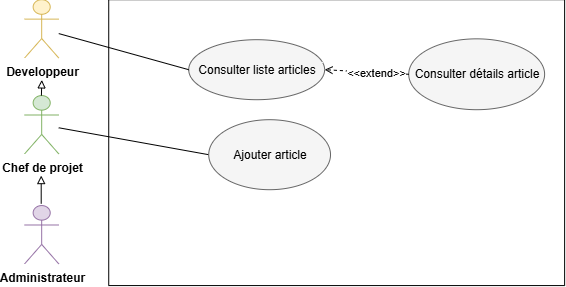
Above: Images/Diagramme Base de connaissance.drawio.png in rihab-dev/Rapport-PFE (draw.io), before the change. Source tidied: cells renumbered, new cells last; positions are measured from the earlier drawing's top-left corner, leaving out a move shared by most shapes.
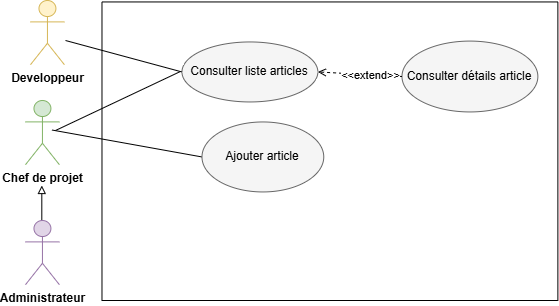
Above is the later version.

Change to the diagram source:
```diff
@@ -2,50 +2,54 @@
   <root>
     <mxCell id="0" />
     <mxCell id="1" parent="0" />
-    <mxCell id="2" value="&lt;b&gt;Developpeur&lt;/b&gt;" style="shape=umlActor;verticalLabelPosition=bottom;verticalAlign=top;html=1;outlineConnect=0;fillColor=#fff2cc;strokeColor=#d6b656;" parent="1" vertex="1">
-      <mxGeometry x="-0.4" y="-0.3" width="34.1" height="58.3" as="geometry" />
-    </mxCell>
-    <mxCell id="3" style="endArrow=none;html=1;rounded=0;entryX=0;entryY=0.5;entryDx=0;entryDy=0;" parent="1" edge="1" source="11" target="9">
-      <mxGeometry relative="1" as="geometry" />
-    </mxCell>
-    <mxCell id="4" style="swimlane;startSize=0;" parent="1" vertex="1">
-      <mxGeometry x="83.7" y="-0.3" width="455.9" height="285.9" as="geometry" />
-    </mxCell>
+    <mxCell id="15" style="endArrow=none;html=1;rounded=0;entryX=0;entryY=0.5;entryDx=0;entryDy=0;" parent="1" edge="1" target="9">
+      <mxGeometry relative="1" as="geometry">
+        <mxPoint x="867.5" y="1502.5" as="sourcePoint" />
+      </mxGeometry>
+    </mxCell>
+    <mxCell id="16" style="swimlane;startSize=0;" parent="1" vertex="1">
+      <mxGeometry x="917.5" y="1374.4" width="455.9" height="298.6" as="geometry" />
+    </mxCell>
-    <mxCell id="5" value="&lt;div style=&quot;text-align: start;&quot;&gt;&lt;span style=&quot;background-color: transparent; color: light-dark(rgb(0, 0, 0), rgb(237, 237, 237));&quot;&gt;Consulter liste articles&lt;/span&gt;&lt;/div&gt;" style="ellipse;whiteSpace=wrap;html=1;fillColor=#f5f5f5;fontColor=#000000;strokeColor=#666666;" parent="4" vertex="1">
+    <mxCell id="5" value="&lt;div style=&quot;text-align: start;&quot;&gt;&lt;span style=&quot;background-color: transparent; color: light-dark(rgb(0, 0, 0), rgb(237, 237, 237));&quot;&gt;Consulter liste articles&lt;/span&gt;&lt;/div&gt;" style="ellipse;whiteSpace=wrap;html=1;fillColor=#f5f5f5;fontColor=#000000;strokeColor=#666666;" parent="16" vertex="1">
       <mxGeometry x="80" y="40" width="135.9" height="60" as="geometry" />
     </mxCell>
-    <mxCell id="6" value="&lt;div style=&quot;text-align: start;&quot;&gt;Consulter détails article&lt;/div&gt;" style="ellipse;whiteSpace=wrap;html=1;fillColor=#f5f5f5;fontColor=#000000;strokeColor=#666666;" parent="4" vertex="1">
+    <mxCell id="6" value="&lt;div style=&quot;text-align: start;&quot;&gt;Consulter détails article&lt;/div&gt;" style="ellipse;whiteSpace=wrap;html=1;fillColor=#f5f5f5;fontColor=#000000;strokeColor=#666666;" parent="16" vertex="1">
       <mxGeometry x="300" y="39.1" width="135.9" height="70.9" as="geometry" />
     </mxCell>
-    <mxCell id="7" style="endArrow=open;html=1;rounded=0;exitX=0;exitY=0.5;exitDx=0;exitDy=0;endFill=0;dashed=1;entryX=1;entryY=0.5;entryDx=0;entryDy=0;" parent="4" edge="1" source="6" target="5">
+    <mxCell id="7" style="endArrow=open;html=1;rounded=0;exitX=0;exitY=0.5;exitDx=0;exitDy=0;endFill=0;dashed=1;entryX=1;entryY=0.5;entryDx=0;entryDy=0;" parent="16" edge="1" source="6" target="5">
       <mxGeometry relative="1" as="geometry" />
     </mxCell>
     <mxCell id="8" value="&amp;lt;&amp;lt;extend&amp;gt;&amp;gt;" style="edgeLabel;html=1;align=center;verticalAlign=middle;" parent="7" vertex="1">
       <mxGeometry x="-0.22" relative="1" as="geometry" />
     </mxCell>
-    <mxCell id="9" value="&lt;div style=&quot;text-align: start;&quot;&gt;&lt;span style=&quot;background-color: transparent; color: light-dark(rgb(0, 0, 0), rgb(237, 237, 237));&quot;&gt;Ajouter article&lt;/span&gt;&lt;/div&gt;" style="ellipse;whiteSpace=wrap;html=1;fillColor=#f5f5f5;fontColor=#000000;strokeColor=#666666;" parent="4" vertex="1">
+    <mxCell id="9" value="&lt;div style=&quot;text-align: start;&quot;&gt;&lt;span style=&quot;background-color: transparent; color: light-dark(rgb(0, 0, 0), rgb(237, 237, 237));&quot;&gt;Ajouter article&lt;/span&gt;&lt;/div&gt;" style="ellipse;whiteSpace=wrap;html=1;fillColor=#f5f5f5;fontColor=#000000;strokeColor=#666666;" parent="16" vertex="1">
       <mxGeometry x="100" y="120" width="121.8" height="70" as="geometry" />
     </mxCell>
+    <mxCell id="17" style="endArrow=none;html=1;rounded=0;entryX=0;entryY=0.5;entryDx=0;entryDy=0;" parent="1" edge="1" target="5">
+      <mxGeometry relative="1" as="geometry">
+        <mxPoint x="881" y="1413" as="sourcePoint" />
+      </mxGeometry>
+    </mxCell>
+    <mxCell id="2" value="&lt;b&gt;Developpeur&lt;/b&gt;" style="shape=umlActor;verticalLabelPosition=bottom;verticalAlign=top;html=1;outlineConnect=0;fillColor=#fff2cc;strokeColor=#d6b656;" parent="1" vertex="1">
+      <mxGeometry x="846" y="1373" width="33.9" height="64.2" as="geometry" />
+    </mxCell>
+    <mxCell id="11" value="&lt;b&gt;Chef de projet&lt;/b&gt;" style="shape=umlActor;verticalLabelPosition=bottom;verticalAlign=top;html=1;outlineConnect=0;fillColor=#d5e8d4;strokeColor=#82b366;" parent="1" vertex="1">
+      <mxGeometry x="841" y="1473" width="33.9" height="64.2" as="geometry" />
+    </mxCell>
+    <mxCell id="18" style="edgeStyle=orthogonalEdgeStyle;rounded=0;orthogonalLoop=1;jettySize=auto;html=1;endArrow=block;endFill=0;" parent="1" edge="1">
+      <mxGeometry relative="1" as="geometry">
+        <mxPoint x="857.3" y="1593" as="sourcePoint" />
+        <mxPoint x="857.3" y="1558" as="targetPoint" />
+      </mxGeometry>
+    </mxCell>
     <mxCell id="10" value="&lt;b&gt;Administrateur&lt;/b&gt;" style="shape=umlActor;verticalLabelPosition=bottom;verticalAlign=top;html=1;fillColor=#e1d5e7;strokeColor=#9673a6;" parent="1" vertex="1">
-      <mxGeometry x="-0.4" y="205.6" width="34.1" height="58.3" as="geometry" />
+      <mxGeometry x="841" y="1593" width="33.9" height="64.2" as="geometry" />
     </mxCell>
-    <mxCell id="11" value="&lt;b&gt;Chef de projet&lt;/b&gt;" style="shape=umlActor;verticalLabelPosition=bottom;verticalAlign=top;html=1;outlineConnect=0;fillColor=#d5e8d4;strokeColor=#82b366;" parent="1" vertex="1">
-      <mxGeometry x="-0.4" y="95.6" width="34.1" height="58.3" as="geometry" />
-    </mxCell>
-    <mxCell id="12" style="endArrow=none;html=1;rounded=0;entryX=0;entryY=0.5;entryDx=0;entryDy=0;" parent="1" edge="1" source="2" target="5">
-      <mxGeometry relative="1" as="geometry" />
-    </mxCell>
-    <mxCell id="13" style="endArrow=block;html=1;rounded=0;endFill=0;" parent="1" edge="1">
-      <mxGeometry relative="1" as="geometry">
-        <mxPoint x="16.2" y="203.8" as="sourcePoint" />
-        <mxPoint x="16.2" y="175.6" as="targetPoint" />
-      </mxGeometry>
-    </mxCell>
-    <mxCell id="14" style="endArrow=block;html=1;rounded=0;endFill=0;" parent="1" edge="1">
-      <mxGeometry relative="1" as="geometry">
-        <mxPoint x="16.4" y="95.6" as="sourcePoint" />
-        <mxPoint x="16.8" y="79.9" as="targetPoint" />
-      </mxGeometry>
-    </mxCell>
+    <mxCell id="19" style="endArrow=none;html=1;rounded=0;entryX=0;entryY=0.5;entryDx=0;entryDy=0;" parent="1" edge="1">
+      <mxGeometry relative="1" as="geometry">
+        <mxPoint x="871" y="1503" as="sourcePoint" />
+        <mxPoint x="995.9" y="1444" as="targetPoint" />
+      </mxGeometry>
+    </mxCell>
   </root>
 </mxGraphModel>
```
